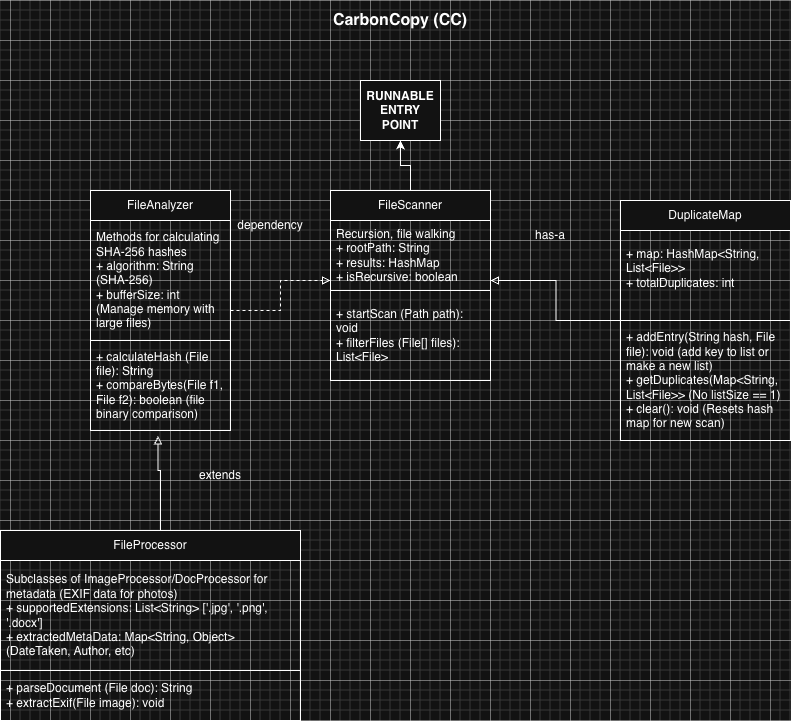
Earlier version of the draw.io export images/UML.png (CFlory-Programming/AdvProgrammingIndividualProject). Source tidied: cells renumbered, new cells last; positions are measured from the earlier drawing's top-left corner, leaving out a move shared by most shapes. Its diagram source:
```xml
<mxGraphModel>
  <root>
    <mxCell id="0" />
    <mxCell id="1" parent="0" />
    <mxCell id="2" value="CarbonCopy (CC)" style="text;html=1;whiteSpace=wrap;strokeColor=none;fillColor=none;align=center;verticalAlign=middle;rounded=0;fontStyle=1;fontSize=16;" parent="1" vertex="1">
      <mxGeometry x="310" width="180" height="40" as="geometry" />
    </mxCell>
    <mxCell id="3" value="&lt;b&gt;RUNNABLE ENTRY POINT&lt;/b&gt;" style="whiteSpace=wrap;html=1;" parent="1" vertex="1">
      <mxGeometry x="360" y="80" width="80" height="60" as="geometry" />
    </mxCell>
    <mxCell id="4" style="edgeStyle=orthogonalEdgeStyle;rounded=0;jettySize=auto;html=1;" parent="1" edge="1" source="5" target="3">
      <mxGeometry relative="1" as="geometry" />
    </mxCell>
    <mxCell id="5" value="FileScanner" style="swimlane;fontStyle=0;horizontal=1;startSize=30;whiteSpace=wrap;html=1;" parent="1" vertex="1">
      <mxGeometry x="330" y="190" width="160" height="190" as="geometry" />
    </mxCell>
    <mxCell id="6" value="Recursion, file walking&lt;div&gt;+ rootPath: String&lt;div&gt;+ results: HashMap&lt;/div&gt;&lt;div&gt;+ isRecursive: boolean&lt;/div&gt;&lt;/div&gt;" style="text;strokeColor=none;fillColor=none;align=left;verticalAlign=middle;spacingLeft=4;spacingRight=4;overflow=hidden;points=[[0,0.5],[1,0.5]];portConstraint=eastwest;whiteSpace=wrap;html=1;" parent="5" vertex="1">
      <mxGeometry y="30" width="160" height="70" as="geometry" />
    </mxCell>
    <mxCell id="7" value="+ startScan (Path path): void&lt;div&gt;+ filterFiles (File[] files): List&amp;lt;File&amp;gt;&lt;/div&gt;" style="text;strokeColor=default;fillColor=none;align=left;verticalAlign=middle;spacingLeft=4;spacingRight=4;overflow=hidden;points=[[0,0.5],[1,0.5]];portConstraint=eastwest;whiteSpace=wrap;html=1;strokeWidth=1;" parent="5" vertex="1">
      <mxGeometry y="100" width="160" height="90" as="geometry" />
    </mxCell>
    <mxCell id="8" style="edgeStyle=orthogonalEdgeStyle;rounded=0;jettySize=auto;html=1;dashed=1;endArrow=block;endFill=0;" parent="1" edge="1" source="9">
      <mxGeometry relative="1" as="geometry">
        <mxPoint x="330" y="280" as="targetPoint" />
      </mxGeometry>
    </mxCell>
    <mxCell id="9" value="FileAnalyzer" style="swimlane;fontStyle=0;horizontal=1;startSize=30;whiteSpace=wrap;html=1;" parent="1" vertex="1">
      <mxGeometry x="90" y="190" width="140" height="240" as="geometry" />
    </mxCell>
    <mxCell id="10" value="Methods for calculating SHA-256 hashes&lt;div&gt;+ algorithm: String (SHA-256)&lt;div&gt;+ bufferSize: int (Manage memory with large files)&lt;/div&gt;&lt;/div&gt;" style="text;strokeColor=none;fillColor=none;align=left;verticalAlign=middle;spacingLeft=4;spacingRight=4;overflow=hidden;whiteSpace=wrap;html=1;" parent="9" vertex="1">
      <mxGeometry y="30" width="140" height="120" as="geometry" />
    </mxCell>
    <mxCell id="11" value="+ calculateHash (File file): String&lt;div&gt;+ compareBytes(File f1, File f2): boolean (file binary comparison)&lt;/div&gt;" style="text;strokeColor=default;fillColor=none;align=left;verticalAlign=middle;spacingLeft=4;spacingRight=4;overflow=hidden;points=[[0,0.5],[1,0.5]];portConstraint=eastwest;whiteSpace=wrap;html=1;strokeWidth=1;" parent="9" vertex="1">
      <mxGeometry y="150" width="140" height="90" as="geometry" />
    </mxCell>
    <mxCell id="12" style="edgeStyle=orthogonalEdgeStyle;rounded=0;jettySize=auto;html=1;entryX=1;entryY=0.5;entryDx=0;entryDy=0;endArrow=block;endFill=0;" parent="1" edge="1" source="13">
      <mxGeometry relative="1" as="geometry">
        <mxPoint x="490" y="280" as="targetPoint" />
      </mxGeometry>
    </mxCell>
    <mxCell id="13" value="DuplicateMap" style="swimlane;fontStyle=0;horizontal=1;startSize=30;whiteSpace=wrap;html=1;" parent="1" vertex="1">
      <mxGeometry x="620" y="200" width="170" height="240" as="geometry" />
    </mxCell>
    <mxCell id="14" value="+ map: HashMap&amp;lt;String, List&amp;lt;File&amp;gt;&amp;gt;&lt;div&gt;+ totalDuplicates: int&lt;br&gt;&lt;div&gt;&lt;br&gt;&lt;/div&gt;&lt;/div&gt;" style="text;strokeColor=none;fillColor=none;align=left;verticalAlign=middle;spacingLeft=4;spacingRight=4;overflow=hidden;whiteSpace=wrap;html=1;" parent="13" vertex="1">
      <mxGeometry y="30" width="170" height="90" as="geometry" />
    </mxCell>
    <mxCell id="15" value="+ addEntry(String hash, File file): void (add key to list or make a new list)&lt;div&gt;&lt;span style=&quot;background-color: transparent; color: light-dark(rgb(0, 0, 0), rgb(255, 255, 255));&quot;&gt;+ getDuplicates(Map&amp;lt;String, List&amp;lt;File&amp;gt;&amp;gt; (No listSize == 1)&lt;/span&gt;&lt;div&gt;+ clear(): void (Resets hash map for new scan)&lt;/div&gt;&lt;/div&gt;" style="text;strokeColor=default;fillColor=none;align=left;verticalAlign=middle;spacingLeft=4;spacingRight=4;overflow=hidden;whiteSpace=wrap;html=1;strokeWidth=1;" parent="13" vertex="1">
      <mxGeometry y="120" width="170" height="120" as="geometry" />
    </mxCell>
    <mxCell id="16" style="edgeStyle=orthogonalEdgeStyle;rounded=0;jettySize=auto;html=1;entryX=0.482;entryY=1.061;entryDx=0;entryDy=0;entryPerimeter=0;endArrow=block;endFill=0;" parent="1" edge="1" source="17" target="11">
      <mxGeometry relative="1" as="geometry">
        <Array as="points">
          <mxPoint x="160" y="470" />
          <mxPoint x="158" y="470" />
        </Array>
      </mxGeometry>
    </mxCell>
    <mxCell id="17" value="FileProcessor" style="swimlane;fontStyle=0;horizontal=1;startSize=30;whiteSpace=wrap;html=1;" parent="1" vertex="1">
      <mxGeometry y="530" width="300" height="190" as="geometry" />
    </mxCell>
    <mxCell id="18" value="Subclasses of ImageProcessor/DocProcessor for metadata (EXIF data for photos)&lt;br&gt;+ supportedExtensions: List&amp;lt;String&amp;gt; ['.jpg', '.png', '.docx']&lt;div&gt;+ extractedMetaData: Map&amp;lt;String, Object&amp;gt; (DateTaken, Author, etc)&lt;/div&gt;" style="text;strokeColor=none;fillColor=none;align=left;verticalAlign=middle;spacingLeft=4;spacingRight=4;overflow=hidden;whiteSpace=wrap;html=1;" parent="17" vertex="1">
      <mxGeometry y="30" width="300" height="110" as="geometry" />
    </mxCell>
    <mxCell id="19" value="+ parseDocument (File doc): String&lt;div&gt;+ extractExif(File image): void&lt;/div&gt;" style="text;strokeColor=default;fillColor=none;align=left;verticalAlign=middle;spacingLeft=4;spacingRight=4;overflow=hidden;whiteSpace=wrap;html=1;strokeWidth=1;" parent="17" vertex="1">
      <mxGeometry y="140" width="300" height="50" as="geometry" />
    </mxCell>
    <mxCell id="20" value="dependency" style="text;html=1;whiteSpace=wrap;strokeColor=none;fillColor=none;align=center;verticalAlign=middle;rounded=0;" parent="1" vertex="1">
      <mxGeometry x="240" y="210" width="60" height="30" as="geometry" />
    </mxCell>
    <mxCell id="21" value="has-a" style="text;html=1;whiteSpace=wrap;strokeColor=none;fillColor=none;align=center;verticalAlign=middle;rounded=0;" parent="1" vertex="1">
      <mxGeometry x="520" y="220" width="60" height="30" as="geometry" />
    </mxCell>
    <mxCell id="22" value="extends" style="text;html=1;whiteSpace=wrap;strokeColor=none;fillColor=none;align=center;verticalAlign=middle;rounded=0;" parent="1" vertex="1">
      <mxGeometry x="190" y="460" width="60" height="30" as="geometry" />
    </mxCell>
  </root>
</mxGraphModel>
```
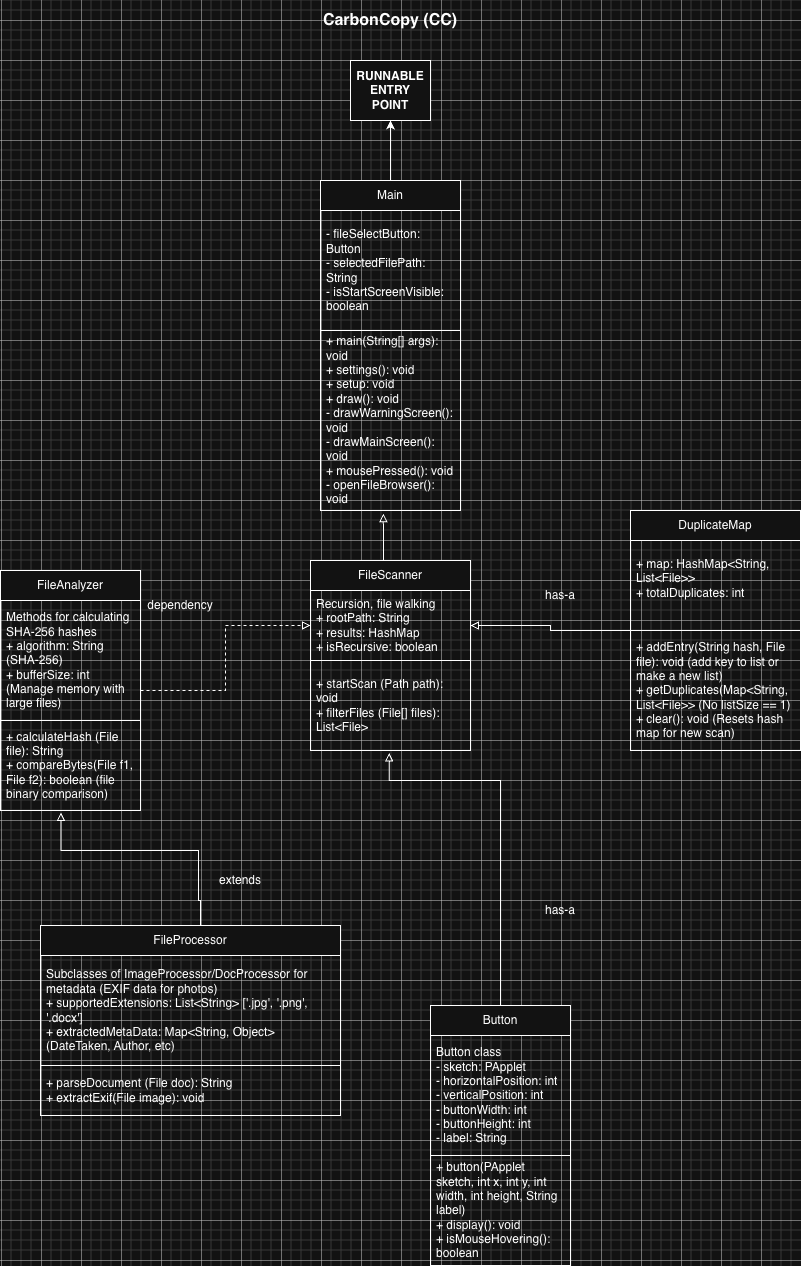
Later version of the same file.

What changed in the source:
```diff
@@ -3,16 +3,13 @@
     <mxCell id="0" />
     <mxCell id="1" parent="0" />
     <mxCell id="2" value="CarbonCopy (CC)" style="text;html=1;whiteSpace=wrap;strokeColor=none;fillColor=none;align=center;verticalAlign=middle;rounded=0;fontStyle=1;fontSize=16;" parent="1" vertex="1">
-      <mxGeometry x="310" width="180" height="40" as="geometry" />
+      <mxGeometry x="310" y="-220" width="180" height="40" as="geometry" />
     </mxCell>
     <mxCell id="3" value="&lt;b&gt;RUNNABLE ENTRY POINT&lt;/b&gt;" style="whiteSpace=wrap;html=1;" parent="1" vertex="1">
-      <mxGeometry x="360" y="80" width="80" height="60" as="geometry" />
+      <mxGeometry x="360" y="-160" width="80" height="60" as="geometry" />
     </mxCell>
-    <mxCell id="4" style="edgeStyle=orthogonalEdgeStyle;rounded=0;jettySize=auto;html=1;" parent="1" edge="1" source="5" target="3">
-      <mxGeometry relative="1" as="geometry" />
-    </mxCell>
     <mxCell id="5" value="FileScanner" style="swimlane;fontStyle=0;horizontal=1;startSize=30;whiteSpace=wrap;html=1;" parent="1" vertex="1">
-      <mxGeometry x="330" y="190" width="160" height="190" as="geometry" />
+      <mxGeometry x="320" y="340" width="160" height="190" as="geometry" />
     </mxCell>
     <mxCell id="6" value="Recursion, file walking&lt;div&gt;+ rootPath: String&lt;div&gt;+ results: HashMap&lt;/div&gt;&lt;div&gt;+ isRecursive: boolean&lt;/div&gt;&lt;/div&gt;" style="text;strokeColor=none;fillColor=none;align=left;verticalAlign=middle;spacingLeft=4;spacingRight=4;overflow=hidden;points=[[0,0.5],[1,0.5]];portConstraint=eastwest;whiteSpace=wrap;html=1;" parent="5" vertex="1">
       <mxGeometry y="30" width="160" height="70" as="geometry" />
@@ -20,13 +17,11 @@
     <mxCell id="7" value="+ startScan (Path path): void&lt;div&gt;+ filterFiles (File[] files): List&amp;lt;File&amp;gt;&lt;/div&gt;" style="text;strokeColor=default;fillColor=none;align=left;verticalAlign=middle;spacingLeft=4;spacingRight=4;overflow=hidden;points=[[0,0.5],[1,0.5]];portConstraint=eastwest;whiteSpace=wrap;html=1;strokeWidth=1;" parent="5" vertex="1">
       <mxGeometry y="100" width="160" height="90" as="geometry" />
     </mxCell>
-    <mxCell id="8" style="edgeStyle=orthogonalEdgeStyle;rounded=0;jettySize=auto;html=1;dashed=1;endArrow=block;endFill=0;" parent="1" edge="1" source="9">
-      <mxGeometry relative="1" as="geometry">
-        <mxPoint x="330" y="280" as="targetPoint" />
-      </mxGeometry>
+    <mxCell id="8" style="edgeStyle=orthogonalEdgeStyle;rounded=0;jettySize=auto;html=1;dashed=1;endArrow=block;endFill=0;entryX=0;entryY=0.5;entryDx=0;entryDy=0;" parent="1" edge="1" source="9" target="6">
+      <mxGeometry relative="1" as="geometry" />
     </mxCell>
     <mxCell id="9" value="FileAnalyzer" style="swimlane;fontStyle=0;horizontal=1;startSize=30;whiteSpace=wrap;html=1;" parent="1" vertex="1">
-      <mxGeometry x="90" y="190" width="140" height="240" as="geometry" />
+      <mxGeometry x="10" y="350" width="140" height="240" as="geometry" />
     </mxCell>
     <mxCell id="10" value="Methods for calculating SHA-256 hashes&lt;div&gt;+ algorithm: String (SHA-256)&lt;div&gt;+ bufferSize: int (Manage memory with large files)&lt;/div&gt;&lt;/div&gt;" style="text;strokeColor=none;fillColor=none;align=left;verticalAlign=middle;spacingLeft=4;spacingRight=4;overflow=hidden;whiteSpace=wrap;html=1;" parent="9" vertex="1">
       <mxGeometry y="30" width="140" height="120" as="geometry" />
@@ -34,13 +29,11 @@
     <mxCell id="11" value="+ calculateHash (File file): String&lt;div&gt;+ compareBytes(File f1, File f2): boolean (file binary comparison)&lt;/div&gt;" style="text;strokeColor=default;fillColor=none;align=left;verticalAlign=middle;spacingLeft=4;spacingRight=4;overflow=hidden;points=[[0,0.5],[1,0.5]];portConstraint=eastwest;whiteSpace=wrap;html=1;strokeWidth=1;" parent="9" vertex="1">
       <mxGeometry y="150" width="140" height="90" as="geometry" />
     </mxCell>
-    <mxCell id="12" style="edgeStyle=orthogonalEdgeStyle;rounded=0;jettySize=auto;html=1;entryX=1;entryY=0.5;entryDx=0;entryDy=0;endArrow=block;endFill=0;" parent="1" edge="1" source="13">
-      <mxGeometry relative="1" as="geometry">
-        <mxPoint x="490" y="280" as="targetPoint" />
-      </mxGeometry>
+    <mxCell id="12" style="edgeStyle=orthogonalEdgeStyle;rounded=0;jettySize=auto;html=1;entryX=1;entryY=0.5;entryDx=0;entryDy=0;endArrow=block;endFill=0;" parent="1" edge="1" source="13" target="6">
+      <mxGeometry relative="1" as="geometry" />
     </mxCell>
     <mxCell id="13" value="DuplicateMap" style="swimlane;fontStyle=0;horizontal=1;startSize=30;whiteSpace=wrap;html=1;" parent="1" vertex="1">
-      <mxGeometry x="620" y="200" width="170" height="240" as="geometry" />
+      <mxGeometry x="640" y="290" width="170" height="240" as="geometry" />
     </mxCell>
     <mxCell id="14" value="+ map: HashMap&amp;lt;String, List&amp;lt;File&amp;gt;&amp;gt;&lt;div&gt;+ totalDuplicates: int&lt;br&gt;&lt;div&gt;&lt;br&gt;&lt;/div&gt;&lt;/div&gt;" style="text;strokeColor=none;fillColor=none;align=left;verticalAlign=middle;spacingLeft=4;spacingRight=4;overflow=hidden;whiteSpace=wrap;html=1;" parent="13" vertex="1">
       <mxGeometry y="30" width="170" height="90" as="geometry" />
@@ -48,16 +41,18 @@
     <mxCell id="15" value="+ addEntry(String hash, File file): void (add key to list or make a new list)&lt;div&gt;&lt;span style=&quot;background-color: transparent; color: light-dark(rgb(0, 0, 0), rgb(255, 255, 255));&quot;&gt;+ getDuplicates(Map&amp;lt;String, List&amp;lt;File&amp;gt;&amp;gt; (No listSize == 1)&lt;/span&gt;&lt;div&gt;+ clear(): void (Resets hash map for new scan)&lt;/div&gt;&lt;/div&gt;" style="text;strokeColor=default;fillColor=none;align=left;verticalAlign=middle;spacingLeft=4;spacingRight=4;overflow=hidden;whiteSpace=wrap;html=1;strokeWidth=1;" parent="13" vertex="1">
       <mxGeometry y="120" width="170" height="120" as="geometry" />
     </mxCell>
-    <mxCell id="16" style="edgeStyle=orthogonalEdgeStyle;rounded=0;jettySize=auto;html=1;entryX=0.482;entryY=1.061;entryDx=0;entryDy=0;entryPerimeter=0;endArrow=block;endFill=0;" parent="1" edge="1" source="17" target="11">
+    <mxCell id="16" style="edgeStyle=orthogonalEdgeStyle;rounded=0;jettySize=auto;html=1;entryX=0.432;entryY=1.021;entryDx=0;entryDy=0;entryPerimeter=0;endArrow=block;endFill=0;" parent="1" edge="1" source="17" target="11">
       <mxGeometry relative="1" as="geometry">
         <Array as="points">
-          <mxPoint x="160" y="470" />
-          <mxPoint x="158" y="470" />
+          <mxPoint x="210" y="680" />
+          <mxPoint x="208" y="680" />
+          <mxPoint x="208" y="630" />
+          <mxPoint x="70" y="630" />
         </Array>
       </mxGeometry>
     </mxCell>
     <mxCell id="17" value="FileProcessor" style="swimlane;fontStyle=0;horizontal=1;startSize=30;whiteSpace=wrap;html=1;" parent="1" vertex="1">
-      <mxGeometry y="530" width="300" height="190" as="geometry" />
+      <mxGeometry x="50" y="705" width="300" height="190" as="geometry" />
     </mxCell>
     <mxCell id="18" value="Subclasses of ImageProcessor/DocProcessor for metadata (EXIF data for photos)&lt;br&gt;+ supportedExtensions: List&amp;lt;String&amp;gt; ['.jpg', '.png', '.docx']&lt;div&gt;+ extractedMetaData: Map&amp;lt;String, Object&amp;gt; (DateTaken, Author, etc)&lt;/div&gt;" style="text;strokeColor=none;fillColor=none;align=left;verticalAlign=middle;spacingLeft=4;spacingRight=4;overflow=hidden;whiteSpace=wrap;html=1;" parent="17" vertex="1">
       <mxGeometry y="30" width="300" height="110" as="geometry" />
@@ -66,13 +61,52 @@
       <mxGeometry y="140" width="300" height="50" as="geometry" />
     </mxCell>
     <mxCell id="20" value="dependency" style="text;html=1;whiteSpace=wrap;strokeColor=none;fillColor=none;align=center;verticalAlign=middle;rounded=0;" parent="1" vertex="1">
-      <mxGeometry x="240" y="210" width="60" height="30" as="geometry" />
+      <mxGeometry x="160" y="370" width="60" height="30" as="geometry" />
     </mxCell>
     <mxCell id="21" value="has-a" style="text;html=1;whiteSpace=wrap;strokeColor=none;fillColor=none;align=center;verticalAlign=middle;rounded=0;" parent="1" vertex="1">
-      <mxGeometry x="520" y="220" width="60" height="30" as="geometry" />
+      <mxGeometry x="540" y="360" width="60" height="30" as="geometry" />
     </mxCell>
     <mxCell id="22" value="extends" style="text;html=1;whiteSpace=wrap;strokeColor=none;fillColor=none;align=center;verticalAlign=middle;rounded=0;" parent="1" vertex="1">
-      <mxGeometry x="190" y="460" width="60" height="30" as="geometry" />
+      <mxGeometry x="220" y="645" width="60" height="30" as="geometry" />
     </mxCell>
+    <mxCell id="23" value="Button" style="swimlane;fontStyle=0;horizontal=1;startSize=30;whiteSpace=wrap;html=1;" parent="1" vertex="1">
+      <mxGeometry x="440" y="785" width="140" height="260" as="geometry" />
+    </mxCell>
+    <mxCell id="24" value="Button class&lt;div&gt;- sketch: PApplet&lt;/div&gt;&lt;div&gt;- horizontalPosition: int&lt;/div&gt;&lt;div&gt;- verticalPosition: int&lt;/div&gt;&lt;div&gt;- buttonWidth: int&lt;/div&gt;&lt;div&gt;- buttonHeight: int&lt;/div&gt;&lt;div&gt;- label: String&lt;/div&gt;" style="text;strokeColor=none;fillColor=none;align=left;verticalAlign=middle;spacingLeft=4;spacingRight=4;overflow=hidden;whiteSpace=wrap;html=1;" parent="23" vertex="1">
+      <mxGeometry y="30" width="140" height="120" as="geometry" />
+    </mxCell>
+    <mxCell id="25" value="+ button(PApplet sketch, int x, int y, int width, int height, String label)&lt;div&gt;+ display(): void&lt;/div&gt;&lt;div&gt;+ isMouseHovering(): boolean&lt;/div&gt;" style="text;strokeColor=default;fillColor=none;align=left;verticalAlign=middle;spacingLeft=4;spacingRight=4;overflow=hidden;whiteSpace=wrap;html=1;strokeWidth=1;" parent="23" vertex="1">
+      <mxGeometry y="150" width="140" height="110" as="geometry" />
+    </mxCell>
+    <mxCell id="26" value="has-a" style="text;html=1;whiteSpace=wrap;strokeColor=none;fillColor=none;align=center;verticalAlign=middle;rounded=0;" parent="1" vertex="1">
+      <mxGeometry x="540" y="675" width="60" height="30" as="geometry" />
+    </mxCell>
+    <mxCell id="27" style="edgeStyle=orthogonalEdgeStyle;rounded=0;jettySize=auto;html=1;" parent="1" edge="1" source="28" target="3">
+      <mxGeometry relative="1" as="geometry" />
+    </mxCell>
+    <mxCell id="28" value="Main" style="swimlane;fontStyle=0;horizontal=1;startSize=30;whiteSpace=wrap;html=1;" parent="1" vertex="1">
+      <mxGeometry x="330" y="-40" width="140" height="330" as="geometry" />
+    </mxCell>
+    <mxCell id="29" value="- fileSelectButton: Button&lt;div&gt;- selectedFilePath: String&lt;/div&gt;&lt;div&gt;- isStartScreenVisible: boolean&lt;/div&gt;" style="text;strokeColor=none;fillColor=none;align=left;verticalAlign=middle;spacingLeft=4;spacingRight=4;overflow=hidden;whiteSpace=wrap;html=1;" parent="28" vertex="1">
+      <mxGeometry y="30" width="140" height="120" as="geometry" />
+    </mxCell>
+    <mxCell id="30" value="+ main(String[] args): void&lt;div&gt;+ settings(): void&lt;/div&gt;&lt;div&gt;+ setup: void&lt;/div&gt;&lt;div&gt;+ draw(): void&lt;/div&gt;&lt;div&gt;- drawWarningScreen(): void&lt;/div&gt;&lt;div&gt;- drawMainScreen(): void&lt;br&gt;+ mousePressed(): void&lt;br&gt;- openFileBrowser(): void&lt;/div&gt;" style="text;strokeColor=default;fillColor=none;align=left;verticalAlign=middle;spacingLeft=4;spacingRight=4;overflow=hidden;points=[[0,0.5],[1,0.5]];portConstraint=eastwest;whiteSpace=wrap;html=1;strokeWidth=1;" parent="28" vertex="1">
+      <mxGeometry y="150" width="140" height="180" as="geometry" />
+    </mxCell>
+    <mxCell id="31" style="edgeStyle=orthogonalEdgeStyle;rounded=0;jettySize=auto;html=1;entryX=0.492;entryY=1.027;entryDx=0;entryDy=0;endArrow=block;endFill=0;entryPerimeter=0;exitX=0.5;exitY=0;exitDx=0;exitDy=0;" parent="1" edge="1" source="23" target="7">
+      <mxGeometry relative="1" as="geometry">
+        <Array as="points">
+          <mxPoint x="510" y="560" />
+          <mxPoint x="399" y="560" />
+        </Array>
+      </mxGeometry>
+    </mxCell>
+    <mxCell id="32" style="edgeStyle=orthogonalEdgeStyle;rounded=0;jettySize=auto;html=1;endArrow=block;endFill=0;exitX=0.5;exitY=0;exitDx=0;exitDy=0;entryX=0.449;entryY=1.017;entryDx=0;entryDy=0;entryPerimeter=0;" parent="1" edge="1" source="5" target="30">
+      <mxGeometry relative="1" as="geometry">
+        <Array as="points">
+          <mxPoint x="393" y="340" />
+        </Array>
+      </mxGeometry>
+    </mxCell>
   </root>
 </mxGraphModel>
```
